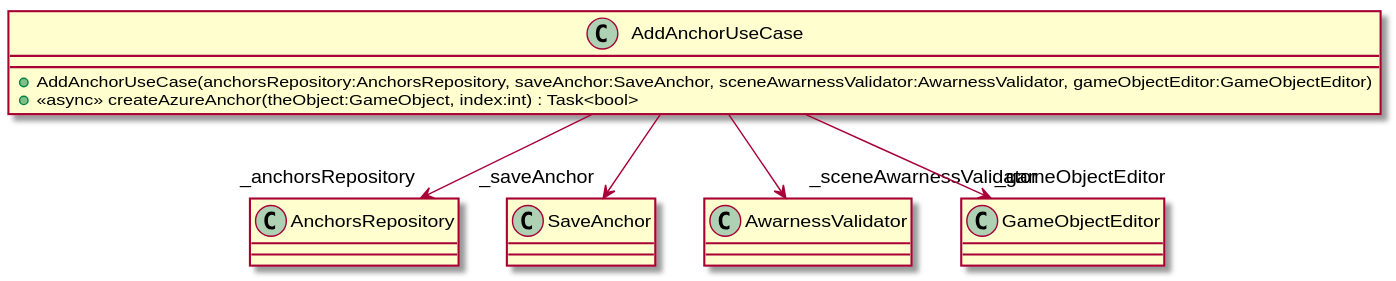
The PlantUML diagram UML/Assets/Scripts/AddAnchorUseCase.svg in DeNatur/ProductionFloorVisualization, before a commit.
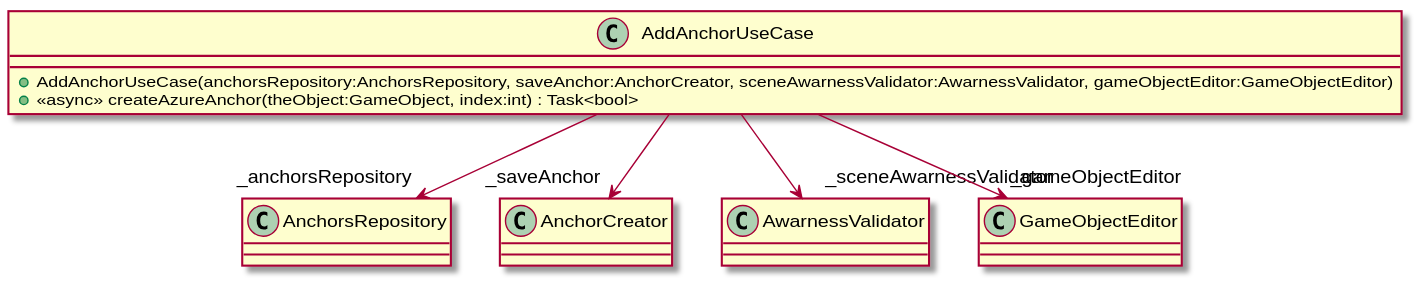
After the commit.

The edit, as a diff of the source:
```diff
@@ -1,10 +1,10 @@
 @startuml
 class AddAnchorUseCase {
-    + AddAnchorUseCase(anchorsRepository:AnchorsRepository, saveAnchor:SaveAnchor, sceneAwarnessValidator:AwarnessValidator, gameObjectEditor:GameObjectEditor)
+    + AddAnchorUseCase(anchorsRepository:AnchorsRepository, saveAnchor:AnchorCreator, sceneAwarnessValidator:AwarnessValidator, gameObjectEditor:GameObjectEditor)
     + <<async>> createAzureAnchor(theObject:GameObject, index:int) : Task<bool>
 }
 AddAnchorUseCase --> "_anchorsRepository" AnchorsRepository
-AddAnchorUseCase --> "_saveAnchor" SaveAnchor
+AddAnchorUseCase --> "_saveAnchor" AnchorCreator
 AddAnchorUseCase --> "_sceneAwarnessValidator" AwarnessValidator
 AddAnchorUseCase --> "_gameObjectEditor" GameObjectEditor
 @enduml
```
